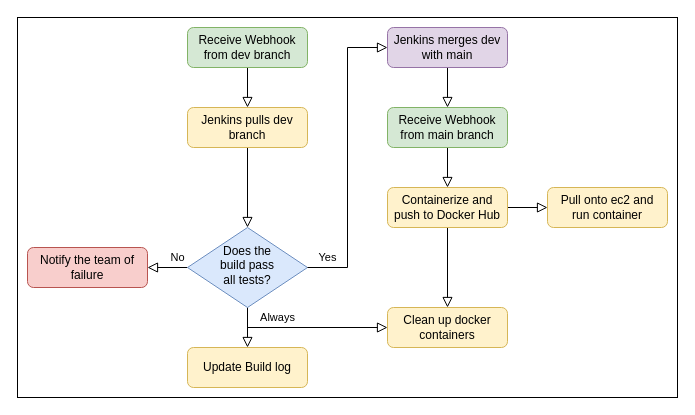
This is images/pipeline.drawio from SaCut/eng84_final_CICD, a draw.io file, before an edit. Source tidied: cells renumbered, new cells numbered last; positions are measured from the earlier drawing's top-left corner, leaving out a move shared by most shapes. Both pictures are drawn from the tidied source at 100%, with x=0, y=0 at pixel (17, 17).
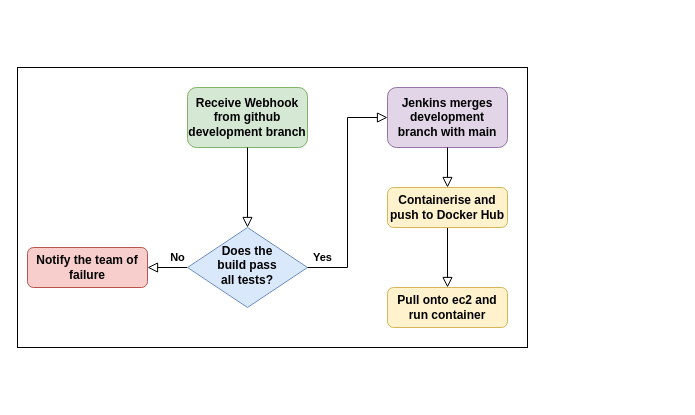
Above is the later version.

Diff of the diagram source:
```diff
@@
     <mxCell id="2" style="rounded=0;whiteSpace=wrap;html=1;" parent="1" vertex="1">
-      <mxGeometry width="660" height="380" as="geometry" />
+      <mxGeometry y="50" width="510" height="280" as="geometry" />
     </mxCell>
-    <mxCell id="3" value="No" style="edgeStyle=orthogonalEdgeStyle;rounded=0;html=1;jettySize=auto;fontSize=11;endArrow=block;endFill=0;endSize=8;strokeWidth=1;shadow=0;labelBackgroundColor=none;" parent="1" edge="1" source="6" target="7">
+    <mxCell id="3" value="No" style="edgeStyle=orthogonalEdgeStyle;rounded=0;html=1;jettySize=auto;fontSize=11;endArrow=block;endFill=0;endSize=8;strokeWidth=1;shadow=0;labelBackgroundColor=none;fontStyle=1;" parent="1" edge="1" source="6" target="7">
       <mxGeometry x="-0.5" y="-10" relative="1" as="geometry" />
     </mxCell>
-    <mxCell id="4" value="Always" style="edgeStyle=orthogonalEdgeStyle;rounded=0;jettySize=auto;html=1;exitX=0.5;exitY=1;exitDx=0;exitDy=0;entryX=0;entryY=0.5;entryDx=0;entryDy=0;endArrow=block;endFill=0;endSize=8;" parent="1" edge="1" source="6" target="13">
-      <mxGeometry x="-0.38" y="10" relative="1" as="geometry" />
-    </mxCell>
-    <mxCell id="5" style="edgeStyle=orthogonalEdgeStyle;rounded=0;jettySize=auto;html=1;exitX=0.5;exitY=1;exitDx=0;exitDy=0;entryX=0.5;entryY=0;entryDx=0;entryDy=0;endArrow=block;endFill=0;endSize=8;" parent="1" edge="1" source="6" target="22">
-      <mxGeometry relative="1" as="geometry" />
-    </mxCell>
-    <mxCell id="6" value="Does the &lt;br&gt;build pass &lt;br&gt;all tests?" style="rhombus;whiteSpace=wrap;html=1;shadow=0;fontFamily=Helvetica;fontSize=12;align=center;strokeWidth=1;spacing=6;spacingTop=-4;fillColor=#dae8fc;strokeColor=#6c8ebf;" parent="1" vertex="1">
+    <mxCell id="6" value="&lt;b&gt;Does the &lt;br&gt;build pass &lt;br&gt;all tests?&lt;/b&gt;" style="rhombus;whiteSpace=wrap;html=1;shadow=0;fontFamily=Helvetica;fontSize=12;align=center;strokeWidth=1;spacing=6;spacingTop=-4;fillColor=#dae8fc;strokeColor=#6c8ebf;" parent="1" vertex="1">
       <mxGeometry x="170" y="210" width="120" height="80" as="geometry" />
     </mxCell>
-    <mxCell id="7" value="Notify the team of failure" style="rounded=1;whiteSpace=wrap;html=1;fontSize=12;glass=0;strokeWidth=1;shadow=0;fillColor=#f8cecc;strokeColor=#b85450;" parent="1" vertex="1">
+    <mxCell id="7" value="&lt;b&gt;Notify the team of failure&lt;/b&gt;" style="rounded=1;whiteSpace=wrap;html=1;fontSize=12;glass=0;strokeWidth=1;shadow=0;fillColor=#f8cecc;strokeColor=#b85450;" parent="1" vertex="1">
       <mxGeometry x="10" y="230" width="120" height="40" as="geometry" />
     </mxCell>
-    <mxCell id="8" value="Pull onto ec2 and&lt;br&gt;run container" style="rounded=1;whiteSpace=wrap;html=1;fontSize=12;glass=0;strokeWidth=1;shadow=0;fillColor=#fff2cc;strokeColor=#d6b656;" parent="1" vertex="1">
-      <mxGeometry x="530" y="170" width="120" height="40" as="geometry" />
+    <mxCell id="8" value="&lt;b&gt;Pull onto ec2 and&lt;br&gt;run container&lt;/b&gt;" style="rounded=1;whiteSpace=wrap;html=1;fontSize=12;glass=0;strokeWidth=1;shadow=0;fillColor=#fff2cc;strokeColor=#d6b656;" parent="1" vertex="1">
+      <mxGeometry x="370" y="270" width="120" height="40" as="geometry" />
     </mxCell>
-    <mxCell id="9" style="edgeStyle=orthogonalEdgeStyle;rounded=0;jettySize=auto;html=1;exitX=0.5;exitY=1;exitDx=0;exitDy=0;entryX=0.5;entryY=0;entryDx=0;entryDy=0;endSize=8;endArrow=block;endFill=0;" parent="1" edge="1" source="10" target="12">
-      <mxGeometry relative="1" as="geometry" />
-    </mxCell>
-    <mxCell id="10" value="Receive Webhook from dev branch" style="rounded=1;whiteSpace=wrap;html=1;fontSize=12;glass=0;strokeWidth=1;shadow=0;fillColor=#d5e8d4;strokeColor=#82b366;" parent="1" vertex="1">
-      <mxGeometry x="170" y="10" width="120" height="40" as="geometry" />
+    <mxCell id="10" value="&lt;b&gt;Receive Webhook from github development branch&lt;/b&gt;" style="rounded=1;whiteSpace=wrap;html=1;fontSize=12;glass=0;strokeWidth=1;shadow=0;fillColor=#d5e8d4;strokeColor=#82b366;" parent="1" vertex="1">
+      <mxGeometry x="170" y="70" width="120" height="60" as="geometry" />
     </mxCell>
-    <mxCell id="11" style="edgeStyle=orthogonalEdgeStyle;rounded=0;jettySize=auto;html=1;exitX=0.5;exitY=1;exitDx=0;exitDy=0;endArrow=block;endFill=0;endSize=8;" parent="1" edge="1" source="12" target="6">
+    <mxCell id="11" style="edgeStyle=orthogonalEdgeStyle;rounded=0;jettySize=auto;html=1;exitX=0.5;exitY=1;exitDx=0;exitDy=0;endArrow=block;endFill=0;endSize=8;" parent="1" edge="1" source="10" target="6">
       <mxGeometry relative="1" as="geometry" />
     </mxCell>
-    <mxCell id="12" value="Jenkins pulls dev branch" style="rounded=1;whiteSpace=wrap;html=1;fontSize=12;glass=0;strokeWidth=1;shadow=0;fillColor=#fff2cc;strokeColor=#d6b656;" parent="1" vertex="1">
-      <mxGeometry x="170" y="90" width="120" height="40" as="geometry" />
-    </mxCell>
-    <mxCell id="13" value="Clean up docker containers" style="rounded=1;whiteSpace=wrap;html=1;fontSize=12;glass=0;strokeWidth=1;shadow=0;fillColor=#fff2cc;strokeColor=#d6b656;" parent="1" vertex="1">
-      <mxGeometry x="370" y="290" width="120" height="40" as="geometry" />
-    </mxCell>
-    <mxCell id="14" style="edgeStyle=orthogonalEdgeStyle;rounded=0;jettySize=auto;html=1;exitX=0.5;exitY=1;exitDx=0;exitDy=0;entryX=0.5;entryY=0;entryDx=0;entryDy=0;endArrow=block;endFill=0;endSize=8;" parent="1" edge="1" source="15" target="18">
-      <mxGeometry relative="1" as="geometry" />
-    </mxCell>
-    <mxCell id="15" value="Jenkins merges dev with main" style="rounded=1;whiteSpace=wrap;html=1;fontSize=12;glass=0;strokeWidth=1;shadow=0;fillColor=#e1d5e7;strokeColor=#9673a6;" parent="1" vertex="1">
-      <mxGeometry x="370" y="10" width="120" height="40" as="geometry" />
+    <mxCell id="15" value="&lt;b&gt;Jenkins merges development &lt;br&gt;branch with main&lt;/b&gt;" style="rounded=1;whiteSpace=wrap;html=1;fontSize=12;glass=0;strokeWidth=1;shadow=0;fillColor=#e1d5e7;strokeColor=#9673a6;" parent="1" vertex="1">
+      <mxGeometry x="370" y="70" width="120" height="60" as="geometry" />
     </mxCell>
-    <mxCell id="16" value="Yes" style="edgeStyle=orthogonalEdgeStyle;rounded=0;html=1;jettySize=auto;fontSize=11;endArrow=block;endFill=0;endSize=8;strokeWidth=1;shadow=0;labelBackgroundColor=none;exitX=1;exitY=0.5;exitDx=0;exitDy=0;entryX=0;entryY=0.5;entryDx=0;entryDy=0;" parent="1" edge="1" source="6" target="15">
+    <mxCell id="16" value="Yes" style="edgeStyle=orthogonalEdgeStyle;rounded=0;html=1;jettySize=auto;fontSize=11;endArrow=block;endFill=0;endSize=8;strokeWidth=1;shadow=0;labelBackgroundColor=none;exitX=1;exitY=0.5;exitDx=0;exitDy=0;entryX=0;entryY=0.5;entryDx=0;entryDy=0;fontStyle=1;" parent="1" edge="1" source="6" target="15">
       <mxGeometry x="-0.87" y="10" relative="1" as="geometry" />
     </mxCell>
-    <mxCell id="17" style="edgeStyle=orthogonalEdgeStyle;rounded=0;jettySize=auto;html=1;exitX=0.5;exitY=1;exitDx=0;exitDy=0;entryX=0.5;entryY=0;entryDx=0;entryDy=0;endArrow=block;endFill=0;endSize=8;" parent="1" edge="1" source="18" target="21">
+    <mxCell id="17" style="edgeStyle=orthogonalEdgeStyle;rounded=0;jettySize=auto;html=1;exitX=0.5;exitY=1;exitDx=0;exitDy=0;entryX=0.5;entryY=0;entryDx=0;entryDy=0;endArrow=block;endFill=0;endSize=8;exitPerimeter=0;" parent="1" edge="1" source="15" target="21">
       <mxGeometry relative="1" as="geometry" />
     </mxCell>
-    <mxCell id="18" value="Receive Webhook from main&amp;nbsp;branch" style="rounded=1;whiteSpace=wrap;html=1;fontSize=12;glass=0;strokeWidth=1;shadow=0;fillColor=#d5e8d4;strokeColor=#82b366;" parent="1" vertex="1">
-      <mxGeometry x="370" y="90" width="120" height="40" as="geometry" />
-    </mxCell>
-    <mxCell id="19" style="edgeStyle=orthogonalEdgeStyle;rounded=0;jettySize=auto;html=1;exitX=1;exitY=0.5;exitDx=0;exitDy=0;endArrow=block;endFill=0;endSize=8;entryX=0;entryY=0.5;entryDx=0;entryDy=0;" parent="1" edge="1" source="21" target="8">
+    <mxCell id="19" style="edgeStyle=orthogonalEdgeStyle;rounded=0;jettySize=auto;html=1;exitX=0.5;exitY=1;exitDx=0;exitDy=0;endArrow=block;endFill=0;endSize=8;entryX=0.5;entryY=0;entryDx=0;entryDy=0;" parent="1" edge="1" source="21" target="8">
       <mxGeometry relative="1" as="geometry" />
     </mxCell>
-    <mxCell id="20" style="edgeStyle=orthogonalEdgeStyle;rounded=0;jettySize=auto;html=1;exitX=0.5;exitY=1;exitDx=0;exitDy=0;entryX=0.5;entryY=0;entryDx=0;entryDy=0;endArrow=block;endFill=0;endSize=8;" parent="1" edge="1" source="21" target="13">
-      <mxGeometry relative="1" as="geometry" />
-    </mxCell>
-    <mxCell id="21" value="Containerize and push to Docker Hub" style="rounded=1;whiteSpace=wrap;html=1;fontSize=12;glass=0;strokeWidth=1;shadow=0;fillColor=#fff2cc;strokeColor=#d6b656;" parent="1" vertex="1">
+    <mxCell id="21" value="&lt;b&gt;Containerise and push to Docker Hub&lt;/b&gt;" style="rounded=1;whiteSpace=wrap;html=1;fontSize=12;glass=0;strokeWidth=1;shadow=0;fillColor=#fff2cc;strokeColor=#d6b656;" parent="1" vertex="1">
       <mxGeometry x="370" y="170" width="120" height="40" as="geometry" />
     </mxCell>
-    <mxCell id="22" value="Update Build log" style="rounded=1;whiteSpace=wrap;html=1;fontSize=12;glass=0;strokeWidth=1;shadow=0;fillColor=#fff2cc;strokeColor=#d6b656;" parent="1" vertex="1">
-      <mxGeometry x="170" y="330" width="120" height="40" as="geometry" />
-    </mxCell>
```
